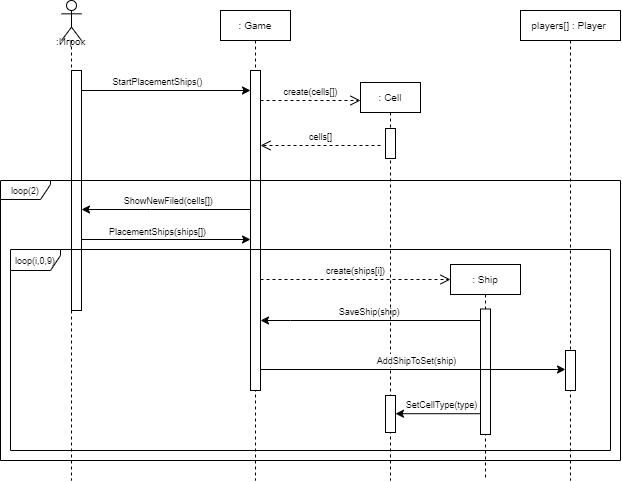
The draw.io diagram images/lab4_2.png in katefomkina/sea-battle, before a commit. Source tidied: cells renumbered, new cells last; positions are measured from the earlier drawing's top-left corner, leaving out a move shared by most shapes.
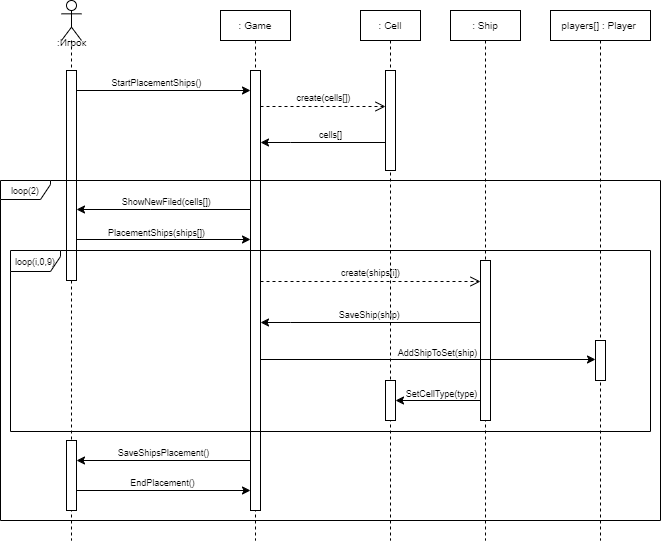
After the commit.

What changed in the source:
```diff
@@ -3,19 +3,22 @@
     <mxCell id="0" />
     <mxCell id="1" parent="0" />
     <mxCell id="2" style="shape=umlLifeline;perimeter=lifelinePerimeter;whiteSpace=wrap;html=1;newEdgeStyle={&quot;curved&quot;:0,&quot;rounded&quot;:0};participant=umlActor;" parent="1" vertex="1">
-      <mxGeometry x="61" width="20" height="480" as="geometry" />
+      <mxGeometry x="61" width="20" height="540" as="geometry" />
     </mxCell>
     <mxCell id="3" style="html=1;points=[[0,0,0,0,5],[0,1,0,0,-5],[1,0,0,0,5],[1,1,0,0,-5]];perimeter=orthogonalPerimeter;outlineConnect=0;targetShapes=umlLifeline;portConstraint=eastwest;newEdgeStyle={&quot;curved&quot;:0,&quot;rounded&quot;:0};" parent="2" vertex="1">
-      <mxGeometry x="10" y="70" width="10" height="240" as="geometry" />
+      <mxGeometry x="5" y="70" width="10" height="210" as="geometry" />
     </mxCell>
+    <mxCell id="31" style="html=1;perimeter=orthogonalPerimeter;targetShapes=umlLifeline;newEdgeStyle={&quot;curved&quot;:0,&quot;rounded&quot;:0};" parent="2" vertex="1">
+      <mxGeometry x="5" y="440" width="10" height="70" as="geometry" />
+    </mxCell>
     <mxCell id="4" value="&lt;font style=&quot;font-size: 10px;&quot;&gt;: Game&lt;/font&gt;" style="shape=umlLifeline;perimeter=lifelinePerimeter;whiteSpace=wrap;html=1;newEdgeStyle={&quot;curved&quot;:0,&quot;rounded&quot;:0};size=30;" parent="1" vertex="1">
-      <mxGeometry x="220" y="10" width="70" height="470" as="geometry" />
+      <mxGeometry x="220" y="10" width="70" height="530" as="geometry" />
     </mxCell>
     <mxCell id="5" style="html=1;points=[[0,0,0,0,5],[0,1,0,0,-5],[1,0,0,0,5],[1,1,0,0,-5]];perimeter=orthogonalPerimeter;outlineConnect=0;targetShapes=umlLifeline;portConstraint=eastwest;newEdgeStyle={&quot;curved&quot;:0,&quot;rounded&quot;:0};" parent="4" vertex="1">
-      <mxGeometry x="30" y="60" width="10" height="320" as="geometry" />
+      <mxGeometry x="30" y="60" width="10" height="440" as="geometry" />
     </mxCell>
     <mxCell id="6" value="&lt;font style=&quot;font-size: 10px;&quot;&gt;:Игрок&lt;/font&gt;" style="text;html=1;align=center;verticalAlign=middle;strokeColor=none;fillColor=none;" parent="1" vertex="1">
-      <mxGeometry x="45" y="26" width="50" height="30" as="geometry" />
+      <mxGeometry x="46" y="27" width="50" height="30" as="geometry" />
     </mxCell>
     <mxCell id="7" style="endArrow=classic;html=1;rounded=0;" parent="1" edge="1" target="3">
       <mxGeometry relative="1" as="geometry">
@@ -41,7 +44,7 @@
       </mxGeometry>
     </mxCell>
     <mxCell id="11" value="&lt;font style=&quot;font-size: 9px;&quot;&gt;loop(2)&lt;/font&gt;" style="shape=umlFrame;whiteSpace=wrap;html=1;width=50;height=19;" parent="1" vertex="1">
-      <mxGeometry y="180" width="620" height="280" as="geometry" />
+      <mxGeometry y="180" width="660" height="340" as="geometry" />
     </mxCell>
     <mxCell id="12" style="endArrow=classic;html=1;rounded=0;" parent="1" edge="1" source="3">
       <mxGeometry relative="1" as="geometry">
@@ -54,22 +57,23 @@
       </mxGeometry>
     </mxCell>
     <mxCell id="14" value="&lt;font style=&quot;font-size: 10px;&quot;&gt;: Ship&lt;/font&gt;" style="shape=umlLifeline;perimeter=lifelinePerimeter;whiteSpace=wrap;html=1;newEdgeStyle={&quot;curved&quot;:0,&quot;rounded&quot;:0};size=30;" parent="1" vertex="1">
-      <mxGeometry x="450" y="264" width="70" height="216" as="geometry" />
+      <mxGeometry x="450" y="10" width="70" height="530" as="geometry" />
     </mxCell>
     <mxCell id="15" style="html=1;points=[[0,0,0,0,5],[0,1,0,0,-5],[1,0,0,0,5],[1,1,0,0,-5]];perimeter=orthogonalPerimeter;outlineConnect=0;targetShapes=umlLifeline;portConstraint=eastwest;newEdgeStyle={&quot;curved&quot;:0,&quot;rounded&quot;:0};" parent="14" vertex="1">
-      <mxGeometry x="30" y="44.5" width="10" height="125.5" as="geometry" />
+      <mxGeometry x="30" y="250" width="10" height="160" as="geometry" />
     </mxCell>
     <mxCell id="16" value="&lt;font style=&quot;font-size: 9px;&quot;&gt;create(ships[i]&lt;span style=&quot;color: rgba(0, 0, 0, 0); font-family: monospace; font-size: 0px; text-align: start; background-color: rgb(251, 251, 251);&quot;&gt;%3CmxGraphModel%3E%3Croot%3E%3CmxCell%20id%3D%220%22%2F%3E%3CmxCell%20id%3D%221%22%20parent%3D%220%22%2F%3E%3CmxCell%20id%3D%222%22%20value%3D%22%22%20style%3D%22endArrow%3Dclassic%3Bhtml%3D1%3Brounded%3D0%3B%22%20edge%3D%221%22%20parent%3D%221%22%3E%3CmxGeometry%20width%3D%2250%22%20height%3D%2250%22%20relative%3D%221%22%20as%3D%22geometry%22%3E%3CmxPoint%20x%3D%22430%22%20y%3D%22180%22%20as%3D%22sourcePoint%22%2F%3E%3CmxPoint%20x%3D%22220%22%20y%3D%22180%22%20as%3D%22targetPoint%22%2F%3E%3CArray%20as%3D%22points%22%3E%3CmxPoint%20x%3D%22330%22%20y%3D%22180%22%2F%3E%3C%2FArray%3E%3C%2FmxGeometry%3E%3C%2FmxCell%3E%3CmxCell%20id%3D%223%22%20value%3D%22%26lt%3Bdiv%26gt%3B%26lt%3Bfont%20style%3D%26quot%3Bfont-size%3A%209px%3B%26quot%3B%26gt%3BNameRequest()%26amp%3Bnbsp%3B%26lt%3B%2Ffont%26gt%3B%26lt%3B%2Fdiv%26gt%3B%22%20style%3D%22edgeLabel%3Bhtml%3D1%3Balign%3Dcenter%3BverticalAlign%3Dmiddle%3Bresizable%3D0%3Bpoints%3D%5B%5D%3B%22%20vertex%3D%221%22%20connectable%3D%220%22%20parent%3D%222%22%3E%3CmxGeometry%20x%3D%220.1504%22%20y%3D%222%22%20relative%3D%221%22%20as%3D%22geometry%22%3E%3CmxPoint%20x%3D%2216%22%20y%3D%22-11%22%20as%3D%22offset%22%2F%3E%3C%2FmxGeometry%3E%3C%2FmxCell%3E%3C%2Froot%3E%3C%2FmxGraphModel%3E&lt;/span&gt;)&lt;/font&gt;" style="html=1;verticalAlign=bottom;endArrow=open;dashed=1;endSize=8;curved=0;rounded=0;" parent="1" edge="1">
       <mxGeometry relative="1" as="geometry">
-        <mxPoint x="260" y="279" as="sourcePoint" />
-        <mxPoint x="450" y="279" as="targetPoint" />
+        <mxPoint x="260" y="281" as="sourcePoint" />
+        <mxPoint x="480" y="281" as="targetPoint" />
       </mxGeometry>
     </mxCell>
-    <mxCell id="17" style="endArrow=classic;html=1;rounded=0;" parent="1" edge="1" source="15">
+    <mxCell id="17" style="endArrow=classic;html=1;rounded=0;" parent="1" edge="1">
       <mxGeometry relative="1" as="geometry">
-        <mxPoint x="260" y="320" as="targetPoint" />
+        <mxPoint x="480" y="322" as="sourcePoint" />
+        <mxPoint x="260" y="322" as="targetPoint" />
         <Array as="points">
-          <mxPoint x="290" y="320" />
+          <mxPoint x="290" y="322" />
         </Array>
       </mxGeometry>
     </mxCell>
@@ -79,58 +83,91 @@
       </mxGeometry>
     </mxCell>
     <mxCell id="19" value="&lt;font style=&quot;font-size: 9px;&quot;&gt;loop(i,0,9)&lt;/font&gt;" style="shape=umlFrame;whiteSpace=wrap;html=1;width=50;height=21;" parent="1" vertex="1">
-      <mxGeometry x="10" y="249" width="600" height="201" as="geometry" />
+      <mxGeometry x="10" y="250" width="640" height="181" as="geometry" />
     </mxCell>
     <mxCell id="20" value="&lt;font style=&quot;font-size: 10px;&quot;&gt;: Cell&lt;/font&gt;" style="shape=umlLifeline;perimeter=lifelinePerimeter;whiteSpace=wrap;html=1;newEdgeStyle={&quot;curved&quot;:0,&quot;rounded&quot;:0};size=30;" parent="1" vertex="1">
-      <mxGeometry x="360" y="82" width="60" height="398" as="geometry" />
+      <mxGeometry x="360" y="10" width="60" height="530" as="geometry" />
     </mxCell>
     <mxCell id="21" style="html=1;perimeter=orthogonalPerimeter;targetShapes=umlLifeline;newEdgeStyle={&quot;curved&quot;:0,&quot;rounded&quot;:0};" parent="20" vertex="1">
-      <mxGeometry x="25" y="46" width="10" height="30" as="geometry" />
+      <mxGeometry x="25" y="60" width="10" height="100" as="geometry" />
     </mxCell>
     <mxCell id="22" style="html=1;points=[[0,0,0,0,5],[0,1,0,0,-5],[1,0,0,0,5],[1,1,0,0,-5]];perimeter=orthogonalPerimeter;outlineConnect=0;targetShapes=umlLifeline;portConstraint=eastwest;newEdgeStyle={&quot;curved&quot;:0,&quot;rounded&quot;:0};" parent="20" vertex="1">
-      <mxGeometry x="25" y="313" width="10" height="37" as="geometry" />
+      <mxGeometry x="25" y="370" width="10" height="40" as="geometry" />
     </mxCell>
-    <mxCell id="23" value="&lt;font style=&quot;font-size: 9px;&quot;&gt;cells[]&lt;/font&gt;" style="html=1;verticalAlign=bottom;endArrow=open;dashed=1;endSize=8;curved=0;rounded=0;" parent="1" edge="1">
-      <mxGeometry relative="1" as="geometry">
-        <mxPoint x="380" y="145" as="sourcePoint" />
-        <mxPoint x="260" y="145" as="targetPoint" />
-        <Array as="points">
-          <mxPoint x="350" y="145" />
-        </Array>
-      </mxGeometry>
-    </mxCell>
     <mxCell id="24" value="&lt;font style=&quot;font-size: 10px;&quot;&gt;players[] : Player&amp;nbsp;&lt;/font&gt;" style="shape=umlLifeline;perimeter=lifelinePerimeter;whiteSpace=wrap;html=1;newEdgeStyle={&quot;curved&quot;:0,&quot;rounded&quot;:0};size=30;" parent="1" vertex="1">
-      <mxGeometry x="520" y="10" width="100" height="470" as="geometry" />
+      <mxGeometry x="550" y="10" width="100" height="530" as="geometry" />
     </mxCell>
     <mxCell id="25" style="html=1;perimeter=orthogonalPerimeter;targetShapes=umlLifeline;newEdgeStyle={&quot;curved&quot;:0,&quot;rounded&quot;:0};" parent="24" vertex="1">
-      <mxGeometry x="45" y="340" width="10" height="40" as="geometry" />
+      <mxGeometry x="45" y="330" width="10" height="40" as="geometry" />
     </mxCell>
     <mxCell id="26" value="&lt;font style=&quot;font-size: 9px;&quot;&gt;create(cells[]&lt;span style=&quot;color: rgba(0, 0, 0, 0); font-family: monospace; font-size: 0px; text-align: start; background-color: rgb(251, 251, 251);&quot;&gt;%3CmxGraphModel%3E%3Croot%3E%3CmxCell%20id%3D%220%22%2F%3E%3CmxCell%20id%3D%221%22%20parent%3D%220%22%2F%3E%3CmxCell%20id%3D%222%22%20value%3D%22%22%20style%3D%22endArrow%3Dclassic%3Bhtml%3D1%3Brounded%3D0%3B%22%20edge%3D%221%22%20parent%3D%221%22%3E%3CmxGeometry%20width%3D%2250%22%20height%3D%2250%22%20relative%3D%221%22%20as%3D%22geometry%22%3E%3CmxPoint%20x%3D%22430%22%20y%3D%22180%22%20as%3D%22sourcePoint%22%2F%3E%3CmxPoint%20x%3D%22220%22%20y%3D%22180%22%20as%3D%22targetPoint%22%2F%3E%3CArray%20as%3D%22points%22%3E%3CmxPoint%20x%3D%22330%22%20y%3D%22180%22%2F%3E%3C%2FArray%3E%3C%2FmxGeometry%3E%3C%2FmxCell%3E%3CmxCell%20id%3D%223%22%20value%3D%22%26lt%3Bdiv%26gt%3B%26lt%3Bfont%20style%3D%26quot%3Bfont-size%3A%209px%3B%26quot%3B%26gt%3BNameRequest()%26amp%3Bnbsp%3B%26lt%3B%2Ffont%26gt%3B%26lt%3B%2Fdiv%26gt%3B%22%20style%3D%22edgeLabel%3Bhtml%3D1%3Balign%3Dcenter%3BverticalAlign%3Dmiddle%3Bresizable%3D0%3Bpoints%3D%5B%5D%3B%22%20vertex%3D%221%22%20connectable%3D%220%22%20parent%3D%222%22%3E%3CmxGeometry%20x%3D%220.1504%22%20y%3D%222%22%20relative%3D%221%22%20as%3D%22geometry%22%3E%3CmxPoint%20x%3D%2216%22%20y%3D%22-11%22%20as%3D%22offset%22%2F%3E%3C%2FmxGeometry%3E%3C%2FmxCell%3E%3C%2Froot%3E%3C%2FmxGraphModel%3E&lt;/span&gt;)&lt;/font&gt;" style="html=1;verticalAlign=bottom;endArrow=open;dashed=1;endSize=8;curved=0;rounded=0;" parent="1" edge="1">
       <mxGeometry relative="1" as="geometry">
-        <mxPoint x="260" y="100" as="sourcePoint" />
-        <mxPoint x="360" y="100" as="targetPoint" />
+        <mxPoint x="260" y="106" as="sourcePoint" />
+        <mxPoint x="385" y="106" as="targetPoint" />
       </mxGeometry>
     </mxCell>
-    <mxCell id="27" style="endArrow=classic;html=1;rounded=0;" parent="1" edge="1">
+    <mxCell id="27" style="endArrow=classic;html=1;rounded=0;" parent="1" edge="1" source="22">
       <mxGeometry relative="1" as="geometry">
-        <mxPoint x="480.1" y="413.2" as="sourcePoint" />
         <mxPoint x="395" y="413.2" as="targetPoint" />
       </mxGeometry>
     </mxCell>
     <mxCell id="28" value="&lt;font style=&quot;font-size: 9px;&quot;&gt;SetCellType(type)&lt;/font&gt;" style="edgeLabel;html=1;align=center;verticalAlign=middle;" parent="27" vertex="1">
       <mxGeometry x="0.17" y="1" relative="1" as="geometry">
-        <mxPoint x="10" y="-11" as="offset" />
+        <mxPoint x="45" y="-21" as="offset" />
       </mxGeometry>
     </mxCell>
-    <mxCell id="29" style="endArrow=classic;html=1;rounded=0;" parent="1" edge="1" source="5">
+    <mxCell id="29" style="endArrow=classic;html=1;rounded=0;" parent="1" edge="1">
       <mxGeometry relative="1" as="geometry">
-        <mxPoint x="565" y="369" as="targetPoint" />
+        <mxPoint x="260" y="359" as="sourcePoint" />
+        <mxPoint x="595" y="359" as="targetPoint" />
       </mxGeometry>
     </mxCell>
     <mxCell id="30" value="&lt;span style=&quot;font-size: 9px;&quot;&gt;AddShipToSet(ship)&lt;/span&gt;" style="edgeLabel;html=1;align=center;verticalAlign=middle;" parent="29" vertex="1">
       <mxGeometry x="0.17" y="1" relative="1" as="geometry">
-        <mxPoint x="-23" y="-8" as="offset" />
+        <mxPoint x="-20" y="-7" as="offset" />
       </mxGeometry>
     </mxCell>
+    <mxCell id="32" style="endArrow=classic;html=1;rounded=0;" parent="1" edge="1">
+      <mxGeometry relative="1" as="geometry">
+        <mxPoint x="480.1" y="400" as="sourcePoint" />
+        <mxPoint x="395" y="400" as="targetPoint" />
+      </mxGeometry>
+    </mxCell>
+    <mxCell id="33" style="endArrow=classic;html=1;rounded=0;" parent="1" edge="1">
+      <mxGeometry relative="1" as="geometry">
+        <mxPoint x="385" y="142" as="sourcePoint" />
+        <mxPoint x="260" y="142" as="targetPoint" />
+        <Array as="points">
+          <mxPoint x="290" y="142" />
+        </Array>
+      </mxGeometry>
+    </mxCell>
+    <mxCell id="23" value="&lt;div&gt;&lt;font style=&quot;font-size: 9px;&quot;&gt;cells[]&lt;/font&gt;&lt;/div&gt;" style="edgeLabel;html=1;align=center;verticalAlign=middle;" parent="33" vertex="1">
+      <mxGeometry x="0.15" y="2" relative="1" as="geometry">
+        <mxPoint x="16" y="-11" as="offset" />
+      </mxGeometry>
+    </mxCell>
+    <mxCell id="34" style="endArrow=classic;html=1;rounded=0;" parent="1" edge="1">
+      <mxGeometry relative="1" as="geometry">
+        <mxPoint x="250" y="460" as="sourcePoint" />
+        <mxPoint x="76" y="460" as="targetPoint" />
+      </mxGeometry>
+    </mxCell>
+    <mxCell id="35" value="&lt;font style=&quot;font-size: 9px;&quot;&gt;SaveShipsPlacement()&lt;/font&gt;" style="edgeLabel;html=1;align=center;verticalAlign=middle;" parent="34" vertex="1">
+      <mxGeometry x="0.28" y="-1" relative="1" as="geometry">
+        <mxPoint x="23" y="-8" as="offset" />
+      </mxGeometry>
+    </mxCell>
+    <mxCell id="36" style="endArrow=classic;html=1;rounded=0;" parent="1" edge="1">
+      <mxGeometry relative="1" as="geometry">
+        <mxPoint x="76" y="490" as="sourcePoint" />
+        <mxPoint x="250" y="490" as="targetPoint" />
+      </mxGeometry>
+    </mxCell>
+    <mxCell id="37" value="&lt;font style=&quot;font-size: 9px;&quot;&gt;EndPlacement()&lt;/font&gt;" style="edgeLabel;html=1;align=center;verticalAlign=middle;" parent="36" vertex="1">
+      <mxGeometry x="-0.37" y="3" relative="1" as="geometry">
+        <mxPoint x="30" y="-6" as="offset" />
+      </mxGeometry>
+    </mxCell>
   </root>
 </mxGraphModel>
```
